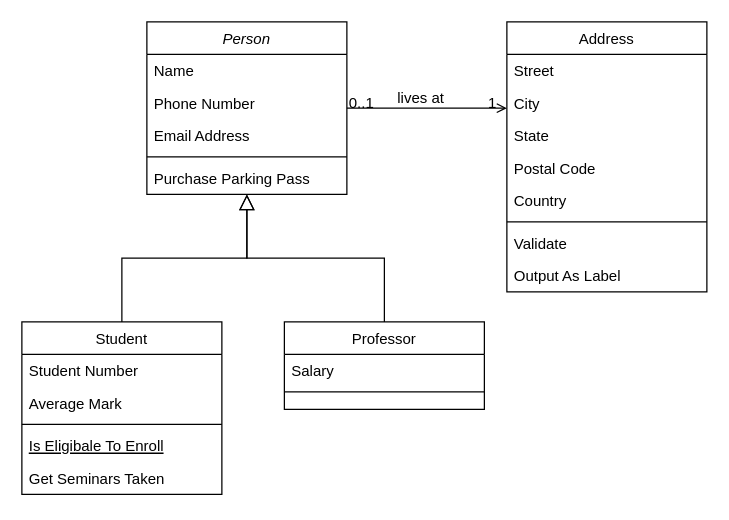
Above: inheritence1.drawio in ashutosh-shashi/DrawIoProject (draw.io), before the change. Source tidied: cells renumbered, new cells numbered last; positions are measured from the earlier drawing's top-left corner, leaving out a move shared by most shapes. Both pictures are drawn from the tidied source at 125%, with x=0, y=0 at pixel (21, 21).
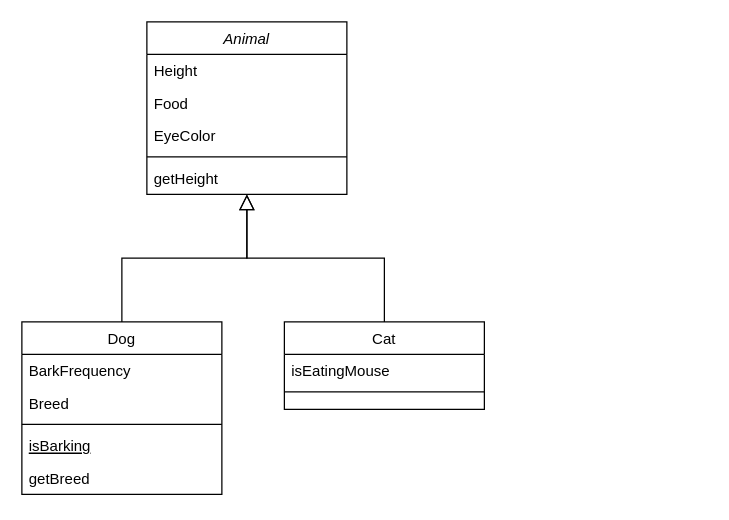
After the change.

Change to the diagram source:
```diff
@@
-    <mxCell id="2" value="Person" style="swimlane;fontStyle=2;align=center;verticalAlign=top;horizontal=1;startSize=26;rounded=0;shadow=0;strokeWidth=1;" parent="1" vertex="1">
+    <mxCell id="2" value="Animal" style="swimlane;fontStyle=2;align=center;verticalAlign=top;horizontal=1;startSize=26;rounded=0;shadow=0;strokeWidth=1;" parent="1" vertex="1">
       <mxGeometry x="100" width="160" height="138" as="geometry" />
     </mxCell>
-    <mxCell id="3" value="Name" style="text;align=left;verticalAlign=top;spacingLeft=4;spacingRight=4;overflow=hidden;" parent="2" vertex="1">
+    <mxCell id="3" value="Height" style="text;align=left;verticalAlign=top;spacingLeft=4;spacingRight=4;overflow=hidden;" parent="2" vertex="1">
       <mxGeometry y="26" width="160" height="26" as="geometry" />
     </mxCell>
-    <mxCell id="4" value="Phone Number" style="text;align=left;verticalAlign=top;spacingLeft=4;spacingRight=4;overflow=hidden;rounded=0;shadow=0;html=0;" parent="2" vertex="1">
+    <mxCell id="4" value="Food" style="text;align=left;verticalAlign=top;spacingLeft=4;spacingRight=4;overflow=hidden;rounded=0;shadow=0;html=0;" parent="2" vertex="1">
       <mxGeometry y="52" width="160" height="26" as="geometry" />
     </mxCell>
-    <mxCell id="5" value="Email Address" style="text;align=left;verticalAlign=top;spacingLeft=4;spacingRight=4;overflow=hidden;rounded=0;shadow=0;html=0;" parent="2" vertex="1">
+    <mxCell id="5" value="EyeColor" style="text;align=left;verticalAlign=top;spacingLeft=4;spacingRight=4;overflow=hidden;rounded=0;shadow=0;html=0;" parent="2" vertex="1">
       <mxGeometry y="78" width="160" height="26" as="geometry" />
     </mxCell>
@@
-    <mxCell id="7" value="Purchase Parking Pass" style="text;align=left;verticalAlign=top;spacingLeft=4;spacingRight=4;overflow=hidden;" parent="2" vertex="1">
+    <mxCell id="7" value="getHeight&#10;" style="text;align=left;verticalAlign=top;spacingLeft=4;spacingRight=4;overflow=hidden;" parent="2" vertex="1">
       <mxGeometry y="112" width="160" height="26" as="geometry" />
     </mxCell>
-    <mxCell id="8" value="Student" style="swimlane;fontStyle=0;align=center;verticalAlign=top;horizontal=1;startSize=26;rounded=0;shadow=0;strokeWidth=1;" parent="1" vertex="1">
+    <mxCell id="8" value="Dog" style="swimlane;fontStyle=0;align=center;verticalAlign=top;horizontal=1;startSize=26;rounded=0;shadow=0;strokeWidth=1;" parent="1" vertex="1">
       <mxGeometry y="240" width="160" height="138" as="geometry" />
     </mxCell>
-    <mxCell id="9" value="Student Number" style="text;align=left;verticalAlign=top;spacingLeft=4;spacingRight=4;overflow=hidden;" parent="8" vertex="1">
+    <mxCell id="9" value="BarkFrequency" style="text;align=left;verticalAlign=top;spacingLeft=4;spacingRight=4;overflow=hidden;" parent="8" vertex="1">
       <mxGeometry y="26" width="160" height="26" as="geometry" />
     </mxCell>
-    <mxCell id="10" value="Average Mark" style="text;align=left;verticalAlign=top;spacingLeft=4;spacingRight=4;overflow=hidden;rounded=0;shadow=0;html=0;" parent="8" vertex="1">
+    <mxCell id="10" value="Breed" style="text;align=left;verticalAlign=top;spacingLeft=4;spacingRight=4;overflow=hidden;rounded=0;shadow=0;html=0;" parent="8" vertex="1">
       <mxGeometry y="52" width="160" height="26" as="geometry" />
     </mxCell>
@@
-    <mxCell id="12" value="Is Eligibale To Enroll" style="text;align=left;verticalAlign=top;spacingLeft=4;spacingRight=4;overflow=hidden;fontStyle=4;" parent="8" vertex="1">
+    <mxCell id="12" value="isBarking" style="text;align=left;verticalAlign=top;spacingLeft=4;spacingRight=4;overflow=hidden;fontStyle=4;" parent="8" vertex="1">
       <mxGeometry y="86" width="160" height="26" as="geometry" />
     </mxCell>
-    <mxCell id="13" value="Get Seminars Taken" style="text;align=left;verticalAlign=top;spacingLeft=4;spacingRight=4;overflow=hidden;" parent="8" vertex="1">
+    <mxCell id="13" value="getBreed" style="text;align=left;verticalAlign=top;spacingLeft=4;spacingRight=4;overflow=hidden;" parent="8" vertex="1">
       <mxGeometry y="112" width="160" height="26" as="geometry" />
     </mxCell>
@@
-    <mxCell id="15" value="Professor" style="swimlane;fontStyle=0;align=center;verticalAlign=top;horizontal=1;startSize=26;rounded=0;shadow=0;strokeWidth=1;" parent="1" vertex="1">
+    <mxCell id="15" value="Cat" style="swimlane;fontStyle=0;align=center;verticalAlign=top;horizontal=1;startSize=26;rounded=0;shadow=0;strokeWidth=1;" parent="1" vertex="1">
       <mxGeometry x="210" y="240" width="160" height="70" as="geometry" />
     </mxCell>
-    <mxCell id="16" value="Salary" style="text;align=left;verticalAlign=top;spacingLeft=4;spacingRight=4;overflow=hidden;" parent="15" vertex="1">
+    <mxCell id="16" value="isEatingMouse" style="text;align=left;verticalAlign=top;spacingLeft=4;spacingRight=4;overflow=hidden;" parent="15" vertex="1">
       <mxGeometry y="26" width="160" height="26" as="geometry" />
     </mxCell>
@@
-    <mxCell id="19" value="Address" style="swimlane;fontStyle=0;align=center;verticalAlign=top;horizontal=1;startSize=26;rounded=0;shadow=0;strokeWidth=1;" parent="1" vertex="1">
-      <mxGeometry x="388" width="160" height="216" as="geometry" />
-    </mxCell>
-    <mxCell id="20" value="Street" style="text;align=left;verticalAlign=top;spacingLeft=4;spacingRight=4;overflow=hidden;" parent="19" vertex="1">
-      <mxGeometry y="26" width="160" height="26" as="geometry" />
-    </mxCell>
-    <mxCell id="21" value="City" style="text;align=left;verticalAlign=top;spacingLeft=4;spacingRight=4;overflow=hidden;rounded=0;shadow=0;html=0;" parent="19" vertex="1">
-      <mxGeometry y="52" width="160" height="26" as="geometry" />
-    </mxCell>
-    <mxCell id="22" value="State" style="text;align=left;verticalAlign=top;spacingLeft=4;spacingRight=4;overflow=hidden;rounded=0;shadow=0;html=0;" parent="19" vertex="1">
-      <mxGeometry y="78" width="160" height="26" as="geometry" />
-    </mxCell>
-    <mxCell id="23" value="Postal Code" style="text;align=left;verticalAlign=top;spacingLeft=4;spacingRight=4;overflow=hidden;rounded=0;shadow=0;html=0;" parent="19" vertex="1">
-      <mxGeometry y="104" width="160" height="26" as="geometry" />
-    </mxCell>
-    <mxCell id="24" value="Country" style="text;align=left;verticalAlign=top;spacingLeft=4;spacingRight=4;overflow=hidden;rounded=0;shadow=0;html=0;" parent="19" vertex="1">
-      <mxGeometry y="130" width="160" height="26" as="geometry" />
-    </mxCell>
-    <mxCell id="25" style="line;html=1;strokeWidth=1;align=left;verticalAlign=middle;spacingTop=-1;spacingLeft=3;spacingRight=3;labelPosition=right;" parent="19" vertex="1">
-      <mxGeometry y="156" width="160" height="8" as="geometry" />
-    </mxCell>
-    <mxCell id="26" value="Validate" style="text;align=left;verticalAlign=top;spacingLeft=4;spacingRight=4;overflow=hidden;" parent="19" vertex="1">
-      <mxGeometry y="164" width="160" height="26" as="geometry" />
-    </mxCell>
-    <mxCell id="27" value="Output As Label" style="text;align=left;verticalAlign=top;spacingLeft=4;spacingRight=4;overflow=hidden;" parent="19" vertex="1">
-      <mxGeometry y="190" width="160" height="26" as="geometry" />
-    </mxCell>
-    <mxCell id="28" style="endArrow=open;shadow=0;strokeWidth=1;strokeColor=#000000;rounded=0;endFill=1;edgeStyle=elbowEdgeStyle;elbow=vertical;" parent="1" edge="1" source="2" target="19">
-      <mxGeometry x="0.5" y="41" relative="1" as="geometry">
-        <mxPoint x="-40" y="32" as="offset" />
-      </mxGeometry>
-    </mxCell>
-    <mxCell id="29" value="0..1" style="align=left;verticalAlign=bottom;labelBackgroundColor=none;fontSize=12;" parent="28" vertex="1">
-      <mxGeometry x="-1" relative="1" as="geometry">
-        <mxPoint y="4" as="offset" />
-      </mxGeometry>
-    </mxCell>
-    <mxCell id="30" value="1" style="align=right;verticalAlign=bottom;labelBackgroundColor=none;fontSize=12;" parent="28" vertex="1">
-      <mxGeometry x="1" relative="1" as="geometry">
-        <mxPoint x="-7" y="4" as="offset" />
-      </mxGeometry>
-    </mxCell>
-    <mxCell id="31" value="lives at" style="text;html=1;align=center;verticalAlign=middle;labelBackgroundColor=none;rounded=0;shadow=0;strokeWidth=1;fontSize=12;" parent="28" vertex="1">
-      <mxGeometry x="0.5" y="49" relative="1" as="geometry">
-        <mxPoint x="-38" y="40" as="offset" />
-      </mxGeometry>
-    </mxCell>
```
